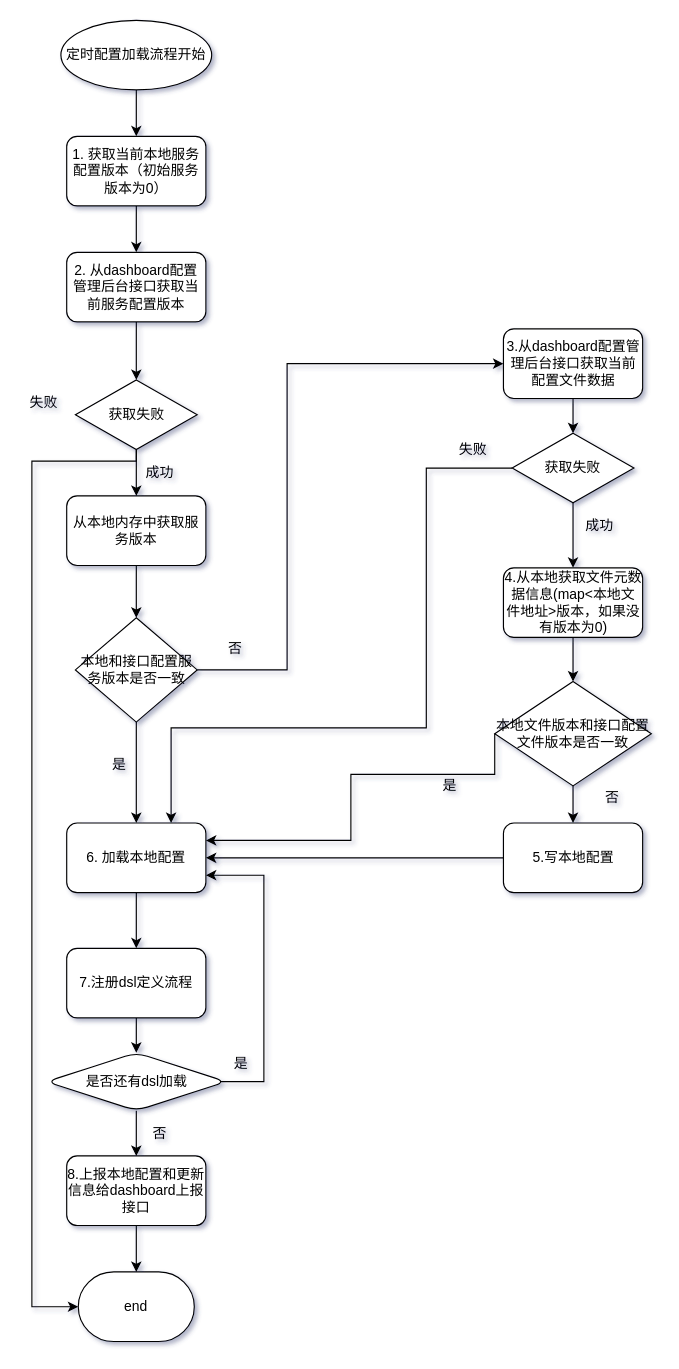
The draw.io diagram confmg.drawio in weedge/mypic, before the edit. Source tidied: cells renumbered, new cells numbered last; positions are measured from the earlier drawing's top-left corner, leaving out a move shared by most shapes. Both pictures are drawn from the tidied source at 116%, with x=0, y=0 at pixel (20, 20).
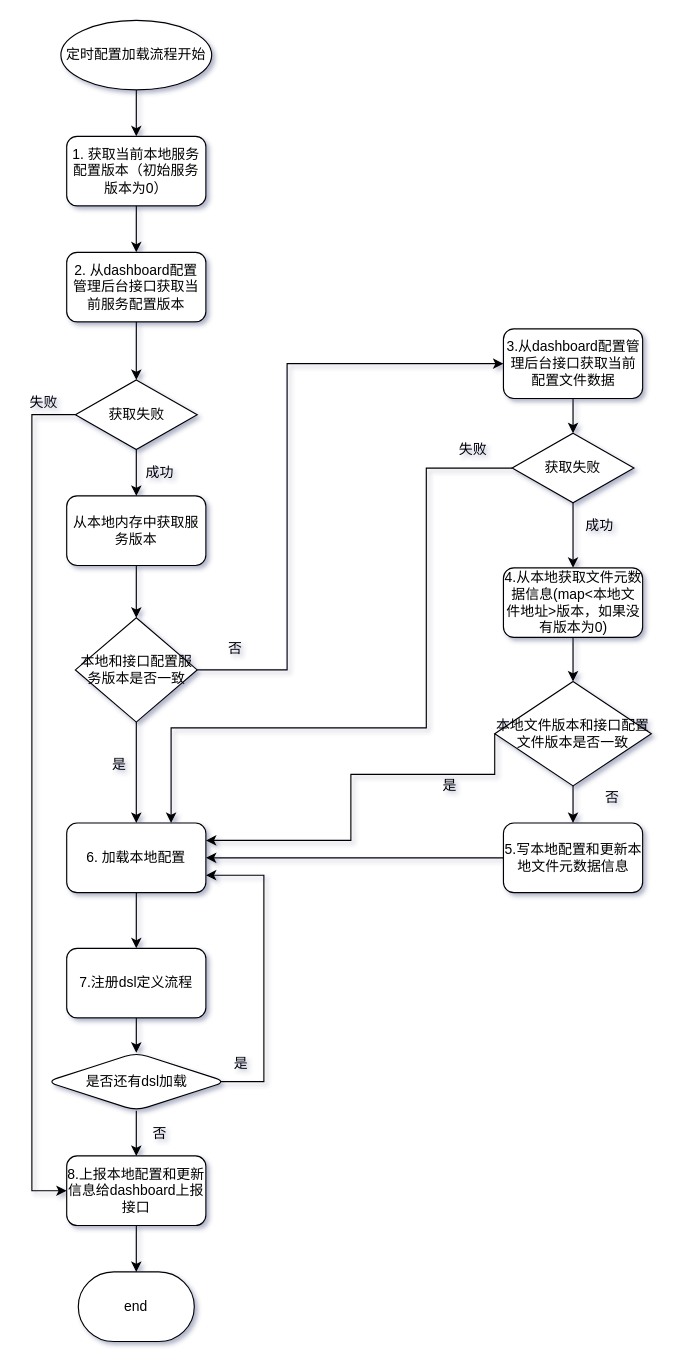
The same page after the edit.

Unchanged cells that the change refers to:
```xml
<mxCell id="13" value="end" style="strokeWidth=1;html=1;shape=mxgraph.flowchart.terminator;whiteSpace=wrap;" parent="1" vertex="1">
  <mxGeometry x="50" y="1079" width="100" height="60" as="geometry" />
</mxCell>
<mxCell id="23" value="获取失败" style="rhombus;whiteSpace=wrap;html=1;" parent="1" vertex="1">
  <mxGeometry x="47.5" y="310" width="105" height="60" as="geometry" />
</mxCell>
<mxCell id="36" value="8.上报本地配置和更新信息给dashboard上报接口" style="rounded=1;whiteSpace=wrap;html=1;strokeWidth=1;" parent="1" vertex="1">
  <mxGeometry x="40" y="979" width="120" height="60" as="geometry" />
</mxCell>
```

Change to the diagram source:
```diff
@@
-    <mxCell id="21" style="edgeStyle=orthogonalEdgeStyle;rounded=0;jettySize=auto;html=1;entryX=0;entryY=0.5;entryDx=0;entryDy=0;entryPerimeter=0;" parent="1" edge="1" source="23" target="13">
+    <mxCell id="21" style="edgeStyle=orthogonalEdgeStyle;rounded=0;jettySize=auto;html=1;entryX=0;entryY=0.5;entryDx=0;entryDy=0;" parent="1" edge="1" source="23" target="36">
       <mxGeometry relative="1" as="geometry">
         <Array as="points">
-          <mxPoint x="100" y="380" />
-          <mxPoint x="10" y="380" />
-          <mxPoint x="10" y="1109" />
+          <mxPoint x="10" y="340" />
+          <mxPoint x="10" y="1009" />
         </Array>
       </mxGeometry>
     </mxCell>
@@
-    <mxCell id="30" value="5.写本地配置" style="rounded=1;whiteSpace=wrap;html=1;strokeWidth=1;" parent="1" vertex="1">
+    <mxCell id="30" value="5.写本地配置和更新本地文件元数据信息" style="rounded=1;whiteSpace=wrap;html=1;strokeWidth=1;" parent="1" vertex="1">
       <mxGeometry x="416.5" y="692" width="120" height="60" as="geometry" />
     </mxCell>
```
